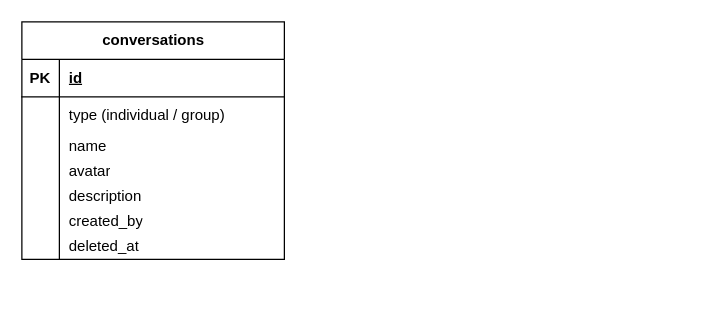
The draw.io diagram quagnite_chat_system.drawio in nuruzzamanhimel00/sql, before the edit. Source tidied: cells renumbered, new cells numbered last; positions are measured from the earlier drawing's top-left corner, leaving out a move shared by most shapes. Both pictures are drawn from the tidied source at 125%, with x=0, y=0 at pixel (21, 21).
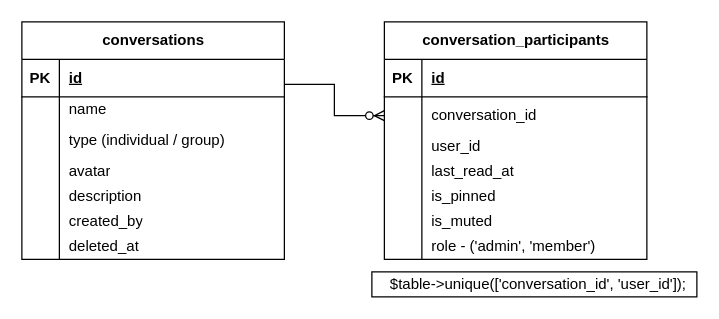
After the change.

The change refers to these unchanged cells:
```xml
<mxCell id="2" value="conversations" style="shape=table;startSize=30;childLayout=tableLayout;rowLines=0;fontStyle=1;align=center;html=1;" parent="1" vertex="1">
  <mxGeometry width="210" height="190" as="geometry" />
</mxCell>
```

The edit, as a diff of the source:
```diff
@@
+    <mxCell id="9" style="shape=tableRow;horizontal=0;startSize=0;swimlaneHead=0;swimlaneBody=0;fillColor=none;top=0;left=0;right=0;bottom=0;" parent="2" vertex="1">
+      <mxGeometry y="60" width="210" height="20" as="geometry" />
+    </mxCell>
+    <mxCell id="10" style="shape=partialRectangle;fillColor=none;top=0;left=0;bottom=0;right=0;overflow=hidden;whiteSpace=wrap;html=1;" parent="9" vertex="1">
+      <mxGeometry width="30" height="20" as="geometry" />
+    </mxCell>
+    <mxCell id="11" value="name" style="shape=partialRectangle;fillColor=none;top=0;left=0;bottom=0;right=0;align=left;spacingLeft=6;overflow=hidden;whiteSpace=wrap;html=1;strokeColor=default;" parent="9" vertex="1">
+      <mxGeometry x="30" width="180" height="20" as="geometry" />
+    </mxCell>
     <mxCell id="6" style="shape=tableRow;horizontal=0;startSize=0;swimlaneHead=0;swimlaneBody=0;fillColor=none;top=0;left=0;right=0;bottom=0;" parent="2" vertex="1">
-      <mxGeometry y="60" width="210" height="30" as="geometry" />
+      <mxGeometry y="80" width="210" height="30" as="geometry" />
     </mxCell>
@@
-    <mxCell id="9" style="shape=tableRow;horizontal=0;startSize=0;swimlaneHead=0;swimlaneBody=0;fillColor=none;top=0;left=0;right=0;bottom=0;" parent="2" vertex="1">
-      <mxGeometry y="90" width="210" height="20" as="geometry" />
-    </mxCell>
-    <mxCell id="10" style="shape=partialRectangle;fillColor=none;top=0;left=0;bottom=0;right=0;overflow=hidden;whiteSpace=wrap;html=1;" parent="9" vertex="1">
-      <mxGeometry width="30" height="20" as="geometry" />
-    </mxCell>
-    <mxCell id="11" value="name" style="shape=partialRectangle;fillColor=none;top=0;left=0;bottom=0;right=0;align=left;spacingLeft=6;overflow=hidden;whiteSpace=wrap;html=1;strokeColor=default;" parent="9" vertex="1">
-      <mxGeometry x="30" width="180" height="20" as="geometry" />
-    </mxCell>
@@
+    <mxCell id="24" value="conversation_participants" style="shape=table;startSize=30;childLayout=tableLayout;rowLines=0;fontStyle=1;align=center;html=1;" parent="1" vertex="1">
+      <mxGeometry x="290" width="210" height="190" as="geometry" />
+    </mxCell>
+    <mxCell id="25" style="shape=tableRow;horizontal=0;startSize=0;swimlaneHead=0;swimlaneBody=0;fillColor=none;top=0;left=0;right=0;bottom=1;" parent="24" vertex="1">
+      <mxGeometry y="30" width="210" height="30" as="geometry" />
+    </mxCell>
+    <mxCell id="26" value="PK" style="shape=partialRectangle;fillColor=none;top=0;left=0;bottom=0;right=0;fontStyle=1;overflow=hidden;whiteSpace=wrap;html=1;" parent="25" vertex="1">
+      <mxGeometry width="30" height="30" as="geometry" />
+    </mxCell>
+    <mxCell id="27" value="id" style="shape=partialRectangle;fillColor=none;top=0;left=0;bottom=0;right=0;align=left;spacingLeft=6;fontStyle=5;overflow=hidden;whiteSpace=wrap;html=1;" parent="25" vertex="1">
+      <mxGeometry x="30" width="180" height="30" as="geometry" />
+    </mxCell>
+    <mxCell id="28" style="shape=tableRow;horizontal=0;startSize=0;swimlaneHead=0;swimlaneBody=0;fillColor=none;points=[[0,0.5],[1,0.5]];portConstraint=eastwest;top=0;left=0;right=0;bottom=0;" parent="24" vertex="1">
+      <mxGeometry y="60" width="210" height="30" as="geometry" />
+    </mxCell>
+    <mxCell id="29" style="shape=partialRectangle;fillColor=none;top=0;left=0;bottom=0;right=0;overflow=hidden;whiteSpace=wrap;html=1;" parent="28" vertex="1">
+      <mxGeometry width="30" height="30" as="geometry" />
+    </mxCell>
+    <mxCell id="30" value="conversation_id" style="shape=partialRectangle;fillColor=none;top=0;left=0;bottom=0;right=0;align=left;spacingLeft=6;overflow=hidden;whiteSpace=wrap;html=1;" parent="28" vertex="1">
+      <mxGeometry x="30" width="180" height="30" as="geometry" />
+    </mxCell>
+    <mxCell id="31" style="shape=tableRow;horizontal=0;startSize=0;swimlaneHead=0;swimlaneBody=0;fillColor=none;top=0;left=0;right=0;bottom=0;" parent="24" vertex="1">
+      <mxGeometry y="90" width="210" height="20" as="geometry" />
+    </mxCell>
+    <mxCell id="32" style="shape=partialRectangle;fillColor=none;top=0;left=0;bottom=0;right=0;overflow=hidden;whiteSpace=wrap;html=1;" parent="31" vertex="1">
+      <mxGeometry width="30" height="20" as="geometry" />
+    </mxCell>
+    <mxCell id="33" value="user_id" style="shape=partialRectangle;fillColor=none;top=0;left=0;bottom=0;right=0;align=left;spacingLeft=6;overflow=hidden;whiteSpace=wrap;html=1;strokeColor=default;" parent="31" vertex="1">
+      <mxGeometry x="30" width="180" height="20" as="geometry" />
+    </mxCell>
+    <mxCell id="34" style="shape=tableRow;horizontal=0;startSize=0;swimlaneHead=0;swimlaneBody=0;fillColor=none;top=0;left=0;right=0;bottom=0;" parent="24" vertex="1">
+      <mxGeometry y="110" width="210" height="20" as="geometry" />
+    </mxCell>
+    <mxCell id="35" style="shape=partialRectangle;fillColor=none;top=0;left=0;bottom=0;right=0;overflow=hidden;whiteSpace=wrap;html=1;" parent="34" vertex="1">
+      <mxGeometry width="30" height="20" as="geometry" />
+    </mxCell>
+    <mxCell id="36" value="last_read_at" style="shape=partialRectangle;fillColor=none;top=0;left=0;bottom=0;right=0;align=left;spacingLeft=6;overflow=hidden;whiteSpace=wrap;html=1;" parent="34" vertex="1">
+      <mxGeometry x="30" width="180" height="20" as="geometry" />
+    </mxCell>
+    <mxCell id="37" style="shape=tableRow;horizontal=0;startSize=0;swimlaneHead=0;swimlaneBody=0;fillColor=none;top=0;left=0;right=0;bottom=0;" parent="24" vertex="1">
+      <mxGeometry y="130" width="210" height="20" as="geometry" />
+    </mxCell>
+    <mxCell id="38" style="shape=partialRectangle;fillColor=none;top=0;left=0;bottom=0;right=0;overflow=hidden;whiteSpace=wrap;html=1;" parent="37" vertex="1">
+      <mxGeometry width="30" height="20" as="geometry" />
+    </mxCell>
+    <mxCell id="39" value="is_pinned" style="shape=partialRectangle;fillColor=none;top=0;left=0;bottom=0;right=0;align=left;spacingLeft=6;overflow=hidden;whiteSpace=wrap;html=1;" parent="37" vertex="1">
+      <mxGeometry x="30" width="180" height="20" as="geometry" />
+    </mxCell>
+    <mxCell id="40" style="shape=tableRow;horizontal=0;startSize=0;swimlaneHead=0;swimlaneBody=0;fillColor=none;top=0;left=0;right=0;bottom=0;" parent="24" vertex="1">
+      <mxGeometry y="150" width="210" height="20" as="geometry" />
+    </mxCell>
+    <mxCell id="41" style="shape=partialRectangle;fillColor=none;top=0;left=0;bottom=0;right=0;overflow=hidden;whiteSpace=wrap;html=1;" parent="40" vertex="1">
+      <mxGeometry width="30" height="20" as="geometry" />
+    </mxCell>
+    <mxCell id="42" value="is_muted" style="shape=partialRectangle;fillColor=none;top=0;left=0;bottom=0;right=0;align=left;spacingLeft=6;overflow=hidden;whiteSpace=wrap;html=1;" parent="40" vertex="1">
+      <mxGeometry x="30" width="180" height="20" as="geometry" />
+    </mxCell>
+    <mxCell id="43" style="shape=tableRow;horizontal=0;startSize=0;swimlaneHead=0;swimlaneBody=0;fillColor=none;top=0;left=0;right=0;bottom=0;" parent="24" vertex="1">
+      <mxGeometry y="170" width="210" height="20" as="geometry" />
+    </mxCell>
+    <mxCell id="44" style="shape=partialRectangle;fillColor=none;top=0;left=0;bottom=0;right=0;overflow=hidden;whiteSpace=wrap;html=1;" parent="43" vertex="1">
+      <mxGeometry width="30" height="20" as="geometry" />
+    </mxCell>
+    <mxCell id="45" value="role - ('admin', 'member')" style="shape=partialRectangle;fillColor=none;top=0;left=0;bottom=0;right=0;align=left;spacingLeft=6;overflow=hidden;whiteSpace=wrap;html=1;" parent="43" vertex="1">
+      <mxGeometry x="30" width="180" height="20" as="geometry" />
+    </mxCell>
+    <mxCell id="46" value="&amp;nbsp; $table-&amp;gt;unique(['conversation_id', 'user_id']);" style="rounded=0;whiteSpace=wrap;html=1;" parent="1" vertex="1">
+      <mxGeometry x="280" y="200" width="260" height="20" as="geometry" />
+    </mxCell>
+    <mxCell id="47" style="edgeStyle=elbowEdgeStyle;fontSize=12;html=1;endArrow=ERzeroToMany;endFill=1;rounded=0;" parent="1" edge="1" target="28">
+      <mxGeometry relative="1" as="geometry">
+        <mxPoint x="210" y="50" as="sourcePoint" />
+      </mxGeometry>
+    </mxCell>
```
